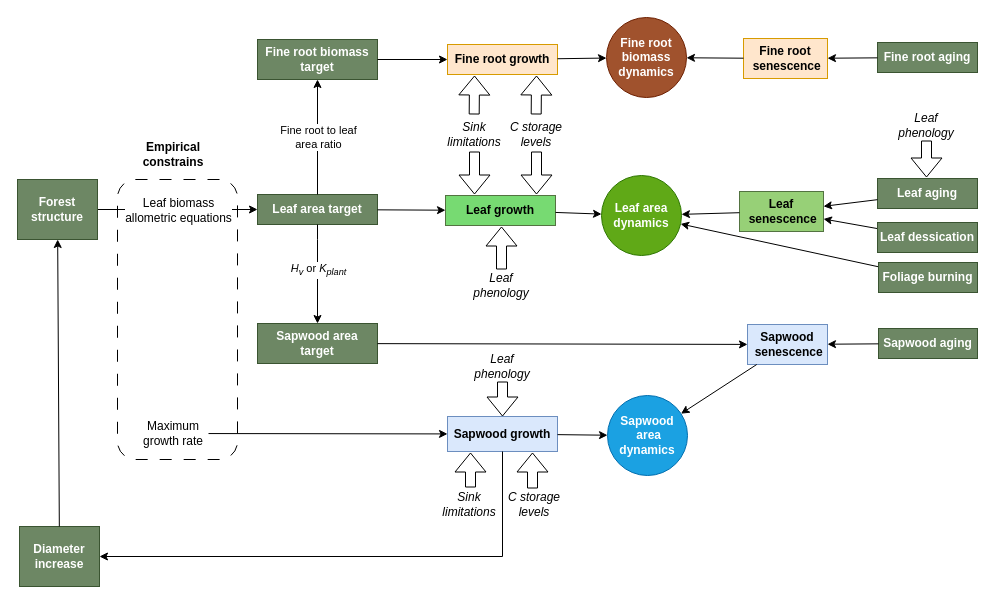
emf-creaf/medfatebook keeps this draw.io diagram as figures/Allocation.drawio. Above is the earlier version. Source tidied: cells renumbered, new cells numbered last; positions are measured from the earlier drawing's top-left corner, leaving out a move shared by most shapes. Both pictures are drawn from the tidied source at 100%, with x=0, y=0 at pixel (17, 17).
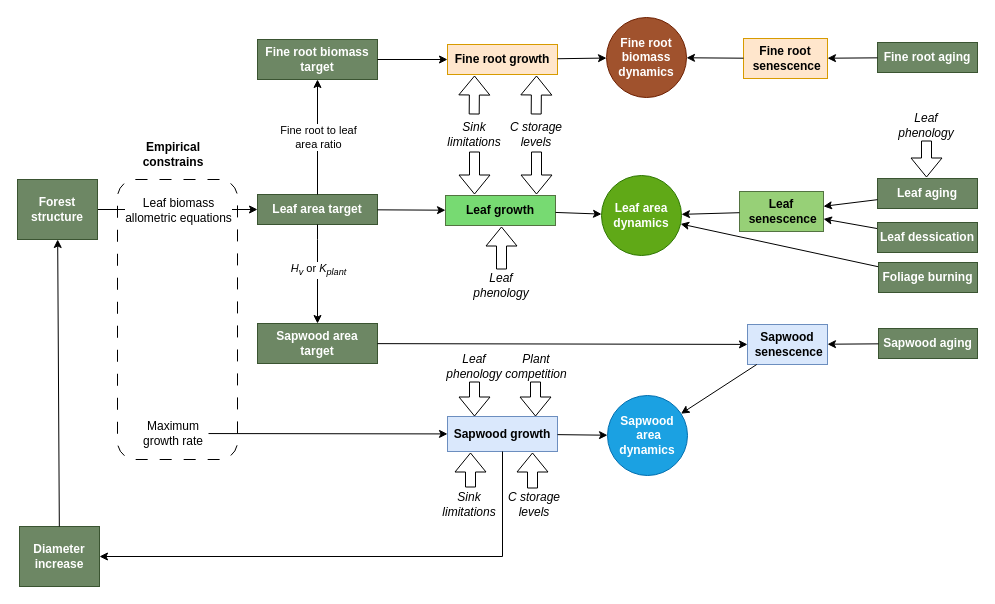
Above is the later version.

The change refers to these unchanged cells:
```xml
<mxCell id="21" value="&lt;b&gt;Sapwood growth&lt;/b&gt;" style="rounded=0;whiteSpace=wrap;html=1;fillColor=#dae8fc;strokeColor=#6c8ebf;" parent="1" vertex="1">
  <mxGeometry x="430" y="399" width="110" height="35" as="geometry" />
</mxCell>
```

Diff of the diagram source:
```diff
@@
     <mxCell id="54" value="&lt;i&gt;Leaf phenology&lt;/i&gt;" style="text;html=1;strokeColor=none;fillColor=none;align=center;verticalAlign=middle;whiteSpace=wrap;rounded=0;" parent="1" vertex="1">
-      <mxGeometry x="450" y="334" width="70" height="30" as="geometry" />
+      <mxGeometry x="422" y="334" width="70" height="30" as="geometry" />
     </mxCell>
-    <mxCell id="55" style="shape=flexArrow;endArrow=classic;html=1;rounded=0;exitX=0.5;exitY=1;exitDx=0;exitDy=0;entryX=0.5;entryY=0;entryDx=0;entryDy=0;" parent="1" edge="1" source="54" target="21">
-      <mxGeometry relative="1" as="geometry" />
+    <mxCell id="55" style="shape=flexArrow;endArrow=classic;html=1;rounded=0;exitX=0.5;exitY=1;exitDx=0;exitDy=0;entryX=0.5;entryY=0;entryDx=0;entryDy=0;" parent="1" edge="1">
+      <mxGeometry relative="1" as="geometry">
+        <mxPoint x="457" y="364" as="sourcePoint" />
+        <mxPoint x="457" y="399" as="targetPoint" />
+      </mxGeometry>
     </mxCell>
@@
+    <mxCell id="63" value="&lt;i&gt;Plant competition&lt;br&gt;&lt;/i&gt;" style="text;html=1;strokeColor=none;fillColor=none;align=center;verticalAlign=middle;whiteSpace=wrap;rounded=0;" parent="1" vertex="1">
+      <mxGeometry x="484" y="334" width="70" height="30" as="geometry" />
+    </mxCell>
+    <mxCell id="64" style="shape=flexArrow;endArrow=classic;html=1;rounded=0;exitX=0.5;exitY=1;exitDx=0;exitDy=0;entryX=0.5;entryY=0;entryDx=0;entryDy=0;" parent="1" edge="1">
+      <mxGeometry relative="1" as="geometry">
+        <mxPoint x="518" y="364" as="sourcePoint" />
+        <mxPoint x="518" y="399" as="targetPoint" />
+      </mxGeometry>
+    </mxCell>
```
